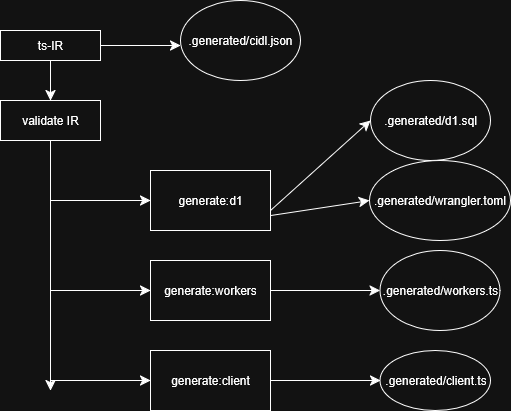
The draw.io diagram mkdocs/docs/assets/orchestration.png in bens-schreiber/cloesce, before a commit. Source tidied: cells renumbered, new cells last; positions are measured from the earlier drawing's top-left corner, leaving out a move shared by most shapes.
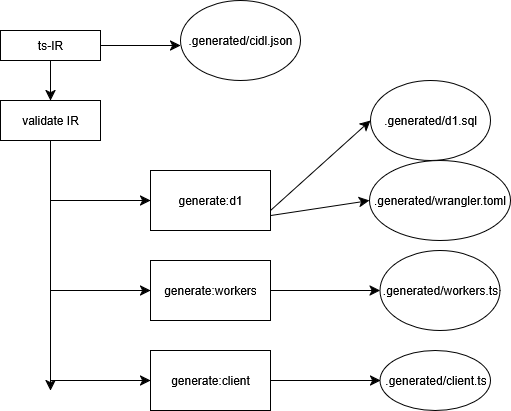
Above is the later version.

Change to the diagram source:
```diff
@@ -2,7 +2,7 @@
   <root>
     <mxCell id="0" />
     <mxCell id="1" parent="0" />
-    <mxCell id="2" style="edgeStyle=none;curved=1;rounded=0;jettySize=auto;html=1;exitX=0.5;exitY=1;exitDx=0;exitDy=0;fontSize=12;startSize=8;endSize=8;" parent="1" edge="1" source="3">
+    <mxCell id="2" style="edgeStyle=none;curved=1;rounded=0;jettySize=auto;html=1;exitX=0.5;exitY=1;exitDx=0;exitDy=0;fontSize=12;startSize=8;endSize=8;labelBackgroundColor=none;fontColor=default;" parent="1" edge="1" source="3">
       <mxGeometry relative="1" as="geometry">
         <mxPoint x="50" y="390" as="targetPoint" />
         <Array as="points">
@@ -10,71 +10,71 @@
         </Array>
       </mxGeometry>
     </mxCell>
-    <mxCell id="3" value="validate IR" style="rounded=0;whiteSpace=wrap;html=1;" parent="1" vertex="1">
+    <mxCell id="3" value="validate IR" style="rounded=0;whiteSpace=wrap;html=1;labelBackgroundColor=none;" parent="1" vertex="1">
       <mxGeometry y="100" width="100" height="40" as="geometry" />
     </mxCell>
-    <mxCell id="4" style="edgeStyle=none;curved=1;rounded=0;jettySize=auto;html=1;entryX=0;entryY=0.5;entryDx=0;entryDy=0;fontSize=12;startSize=8;endSize=8;" parent="1" edge="1" source="6">
+    <mxCell id="4" style="edgeStyle=none;curved=1;rounded=0;jettySize=auto;html=1;entryX=0;entryY=0.5;entryDx=0;entryDy=0;fontSize=12;startSize=8;endSize=8;labelBackgroundColor=none;fontColor=default;" parent="1" edge="1" source="6">
       <mxGeometry relative="1" as="geometry">
         <mxPoint x="180" y="45" as="targetPoint" />
       </mxGeometry>
     </mxCell>
-    <mxCell id="5" style="edgeStyle=none;curved=1;rounded=0;jettySize=auto;html=1;exitX=0.5;exitY=1;exitDx=0;exitDy=0;entryX=0.5;entryY=0;entryDx=0;entryDy=0;fontSize=12;startSize=8;endSize=8;" parent="1" edge="1" source="6" target="3">
+    <mxCell id="5" style="edgeStyle=none;curved=1;rounded=0;jettySize=auto;html=1;exitX=0.5;exitY=1;exitDx=0;exitDy=0;entryX=0.5;entryY=0;entryDx=0;entryDy=0;fontSize=12;startSize=8;endSize=8;labelBackgroundColor=none;fontColor=default;" parent="1" edge="1" source="6" target="3">
       <mxGeometry relative="1" as="geometry" />
     </mxCell>
-    <mxCell id="6" value="ts-IR" style="rounded=0;whiteSpace=wrap;html=1;" parent="1" vertex="1">
+    <mxCell id="6" value="ts-IR" style="rounded=0;whiteSpace=wrap;html=1;labelBackgroundColor=none;" parent="1" vertex="1">
       <mxGeometry y="30" width="100" height="30" as="geometry" />
     </mxCell>
-    <mxCell id="7" value="generate:d1" style="rounded=0;whiteSpace=wrap;html=1;" parent="1" vertex="1">
+    <mxCell id="7" value="generate:d1" style="rounded=0;whiteSpace=wrap;html=1;labelBackgroundColor=none;" parent="1" vertex="1">
       <mxGeometry x="150" y="170" width="120" height="60" as="geometry" />
     </mxCell>
-    <mxCell id="8" value="generate:workers" style="rounded=0;whiteSpace=wrap;html=1;" parent="1" vertex="1">
+    <mxCell id="8" value="generate:workers" style="rounded=0;whiteSpace=wrap;html=1;labelBackgroundColor=none;" parent="1" vertex="1">
       <mxGeometry x="150" y="260" width="120" height="60" as="geometry" />
     </mxCell>
-    <mxCell id="9" value="generate:client" style="rounded=0;whiteSpace=wrap;html=1;" parent="1" vertex="1">
+    <mxCell id="9" value="generate:client" style="rounded=0;whiteSpace=wrap;html=1;labelBackgroundColor=none;" parent="1" vertex="1">
       <mxGeometry x="150" y="350" width="120" height="60" as="geometry" />
     </mxCell>
-    <mxCell id="10" style="endArrow=classic;html=1;rounded=0;fontSize=12;startSize=8;endSize=8;curved=1;entryX=0;entryY=0.5;entryDx=0;entryDy=0;" parent="1" edge="1" target="7">
+    <mxCell id="10" style="endArrow=classic;html=1;rounded=0;fontSize=12;startSize=8;endSize=8;curved=1;entryX=0;entryY=0.5;entryDx=0;entryDy=0;labelBackgroundColor=none;fontColor=default;" parent="1" edge="1" target="7">
       <mxGeometry relative="1" as="geometry">
         <mxPoint x="50" y="200" as="sourcePoint" />
       </mxGeometry>
     </mxCell>
-    <mxCell id="11" style="endArrow=classic;html=1;rounded=0;fontSize=12;startSize=8;endSize=8;curved=1;entryX=0;entryY=0.5;entryDx=0;entryDy=0;" parent="1" edge="1" target="9">
+    <mxCell id="11" style="endArrow=classic;html=1;rounded=0;fontSize=12;startSize=8;endSize=8;curved=1;entryX=0;entryY=0.5;entryDx=0;entryDy=0;labelBackgroundColor=none;fontColor=default;" parent="1" edge="1" target="9">
       <mxGeometry relative="1" as="geometry">
         <mxPoint x="50" y="380" as="sourcePoint" />
       </mxGeometry>
     </mxCell>
-    <mxCell id="12" style="endArrow=classic;html=1;rounded=0;fontSize=12;startSize=8;endSize=8;curved=1;entryX=0;entryY=0.5;entryDx=0;entryDy=0;" parent="1" edge="1" target="8">
+    <mxCell id="12" style="endArrow=classic;html=1;rounded=0;fontSize=12;startSize=8;endSize=8;curved=1;entryX=0;entryY=0.5;entryDx=0;entryDy=0;labelBackgroundColor=none;fontColor=default;" parent="1" edge="1" target="8">
       <mxGeometry relative="1" as="geometry">
         <mxPoint x="50" y="290" as="sourcePoint" />
       </mxGeometry>
     </mxCell>
-    <mxCell id="13" value=".generated/cidl.json" style="ellipse;whiteSpace=wrap;html=1;" parent="1" vertex="1">
+    <mxCell id="13" value=".generated/cidl.json" style="ellipse;whiteSpace=wrap;html=1;labelBackgroundColor=none;" parent="1" vertex="1">
       <mxGeometry x="180" width="120" height="80" as="geometry" />
     </mxCell>
-    <mxCell id="14" value=".generated/d1.sql" style="ellipse;whiteSpace=wrap;html=1;" parent="1" vertex="1">
+    <mxCell id="14" value=".generated/d1.sql" style="ellipse;whiteSpace=wrap;html=1;labelBackgroundColor=none;" parent="1" vertex="1">
       <mxGeometry x="370" y="80" width="120" height="80" as="geometry" />
     </mxCell>
-    <mxCell id="15" value=".generated/wrangler.toml" style="ellipse;whiteSpace=wrap;html=1;" parent="1" vertex="1">
+    <mxCell id="15" value=".generated/wrangler.toml" style="ellipse;whiteSpace=wrap;html=1;labelBackgroundColor=none;" parent="1" vertex="1">
       <mxGeometry x="369" y="160" width="141" height="80" as="geometry" />
     </mxCell>
-    <mxCell id="16" style="endArrow=classic;html=1;rounded=0;fontSize=12;startSize=8;endSize=8;curved=1;entryX=0;entryY=0.5;entryDx=0;entryDy=0;" parent="1" edge="1" target="14">
+    <mxCell id="16" style="endArrow=classic;html=1;rounded=0;fontSize=12;startSize=8;endSize=8;curved=1;entryX=0;entryY=0.5;entryDx=0;entryDy=0;labelBackgroundColor=none;fontColor=default;" parent="1" edge="1" target="14">
       <mxGeometry relative="1" as="geometry">
         <mxPoint x="270" y="210" as="sourcePoint" />
       </mxGeometry>
     </mxCell>
-    <mxCell id="17" style="endArrow=classic;html=1;rounded=0;fontSize=12;startSize=8;endSize=8;curved=1;exitX=1;exitY=0.75;exitDx=0;exitDy=0;entryX=0;entryY=0.5;entryDx=0;entryDy=0;" parent="1" edge="1" source="7" target="15">
+    <mxCell id="17" style="endArrow=classic;html=1;rounded=0;fontSize=12;startSize=8;endSize=8;curved=1;exitX=1;exitY=0.75;exitDx=0;exitDy=0;entryX=0;entryY=0.5;entryDx=0;entryDy=0;labelBackgroundColor=none;fontColor=default;" parent="1" edge="1" source="7" target="15">
       <mxGeometry relative="1" as="geometry" />
     </mxCell>
-    <mxCell id="18" value=".generated/workers.ts" style="ellipse;whiteSpace=wrap;html=1;" parent="1" vertex="1">
+    <mxCell id="18" value=".generated/workers.ts" style="ellipse;whiteSpace=wrap;html=1;labelBackgroundColor=none;" parent="1" vertex="1">
       <mxGeometry x="379.5" y="250" width="120" height="80" as="geometry" />
     </mxCell>
-    <mxCell id="19" value=".generated/client.ts" style="ellipse;whiteSpace=wrap;html=1;" parent="1" vertex="1">
+    <mxCell id="19" value=".generated/client.ts" style="ellipse;whiteSpace=wrap;html=1;labelBackgroundColor=none;" parent="1" vertex="1">
       <mxGeometry x="379.5" y="350" width="110.5" height="60" as="geometry" />
     </mxCell>
-    <mxCell id="20" style="endArrow=classic;html=1;rounded=0;fontSize=12;startSize=8;endSize=8;curved=1;exitX=1;exitY=0.5;exitDx=0;exitDy=0;entryX=0;entryY=0.5;entryDx=0;entryDy=0;" parent="1" edge="1" source="8" target="18">
+    <mxCell id="20" style="endArrow=classic;html=1;rounded=0;fontSize=12;startSize=8;endSize=8;curved=1;exitX=1;exitY=0.5;exitDx=0;exitDy=0;entryX=0;entryY=0.5;entryDx=0;entryDy=0;labelBackgroundColor=none;fontColor=default;" parent="1" edge="1" source="8" target="18">
       <mxGeometry relative="1" as="geometry" />
     </mxCell>
-    <mxCell id="21" style="endArrow=classic;html=1;rounded=0;fontSize=12;startSize=8;endSize=8;curved=1;exitX=1;exitY=0.5;exitDx=0;exitDy=0;" parent="1" edge="1" source="9">
+    <mxCell id="21" style="endArrow=classic;html=1;rounded=0;fontSize=12;startSize=8;endSize=8;curved=1;exitX=1;exitY=0.5;exitDx=0;exitDy=0;labelBackgroundColor=none;fontColor=default;" parent="1" edge="1" source="9">
       <mxGeometry relative="1" as="geometry">
         <mxPoint x="380" y="380" as="targetPoint" />
       </mxGeometry>
```
